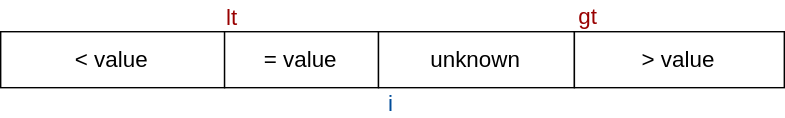
Earlier version of the draw.io export Coursera/Princeton/Algorithms-Part-1/Week 3/images/3way_algorithm.svg (rogergranada/MOOCs). Source tidied: cells renumbered, new cells last; positions are measured from the earlier drawing's top-left corner, leaving out a move shared by most shapes. Source of this version:
```xml
<mxGraphModel>
  <root>
    <mxCell id="0" />
    <mxCell id="1" parent="0" />
    <mxCell id="2" value="&amp;lt; value" style="rounded=0;whiteSpace=wrap;html=1;fontSize=16;" parent="1" vertex="1">
      <mxGeometry y="22" width="160" height="40" as="geometry" />
    </mxCell>
    <mxCell id="3" value="= value" style="rounded=0;whiteSpace=wrap;html=1;fontSize=16;" parent="1" vertex="1">
      <mxGeometry x="160" y="22" width="110" height="40" as="geometry" />
    </mxCell>
    <mxCell id="4" value="i" style="text;html=1;strokeColor=none;fillColor=none;align=center;verticalAlign=middle;whiteSpace=wrap;rounded=0;fontSize=16;fontColor=#004C99;" parent="1" vertex="1">
      <mxGeometry x="259" y="62" width="40" height="20" as="geometry" />
    </mxCell>
    <mxCell id="5" value="unknown" style="rounded=0;whiteSpace=wrap;html=1;fontSize=16;" parent="1" vertex="1">
      <mxGeometry x="270" y="22" width="140" height="40" as="geometry" />
    </mxCell>
    <mxCell id="6" value="&amp;gt; value" style="rounded=0;whiteSpace=wrap;html=1;fontSize=16;" parent="1" vertex="1">
      <mxGeometry x="410" y="22" width="150" height="40" as="geometry" />
    </mxCell>
    <mxCell id="7" value="lt" style="text;html=1;strokeColor=none;fillColor=none;align=center;verticalAlign=middle;whiteSpace=wrap;rounded=0;fontSize=16;fontColor=#990000;" parent="1" vertex="1">
      <mxGeometry x="150" y="1" width="30" height="20" as="geometry" />
    </mxCell>
    <mxCell id="8" value="gt" style="text;html=1;strokeColor=none;fillColor=none;align=center;verticalAlign=middle;whiteSpace=wrap;rounded=0;fontSize=16;fontColor=#990000;" parent="1" vertex="1">
      <mxGeometry x="405" width="30" height="20" as="geometry" />
    </mxCell>
  </root>
</mxGraphModel>
```
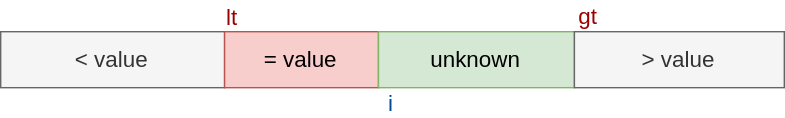
After the change.

Commit message:
3-way algorithm

What changed in the source:
```diff
@@ -2,19 +2,19 @@
   <root>
     <mxCell id="0" />
     <mxCell id="1" parent="0" />
-    <mxCell id="2" value="&amp;lt; value" style="rounded=0;whiteSpace=wrap;html=1;fontSize=16;" parent="1" vertex="1">
+    <mxCell id="2" value="&amp;lt; value" style="rounded=0;whiteSpace=wrap;html=1;fontSize=16;fillColor=#f5f5f5;strokeColor=#666666;fontColor=#333333;" parent="1" vertex="1">
       <mxGeometry y="22" width="160" height="40" as="geometry" />
     </mxCell>
-    <mxCell id="3" value="= value" style="rounded=0;whiteSpace=wrap;html=1;fontSize=16;" parent="1" vertex="1">
+    <mxCell id="3" value="= value" style="rounded=0;whiteSpace=wrap;html=1;fontSize=16;fillColor=#f8cecc;strokeColor=#b85450;" parent="1" vertex="1">
       <mxGeometry x="160" y="22" width="110" height="40" as="geometry" />
     </mxCell>
     <mxCell id="4" value="i" style="text;html=1;strokeColor=none;fillColor=none;align=center;verticalAlign=middle;whiteSpace=wrap;rounded=0;fontSize=16;fontColor=#004C99;" parent="1" vertex="1">
       <mxGeometry x="259" y="62" width="40" height="20" as="geometry" />
     </mxCell>
-    <mxCell id="5" value="unknown" style="rounded=0;whiteSpace=wrap;html=1;fontSize=16;" parent="1" vertex="1">
+    <mxCell id="5" value="unknown" style="rounded=0;whiteSpace=wrap;html=1;fontSize=16;fillColor=#d5e8d4;strokeColor=#82b366;" parent="1" vertex="1">
       <mxGeometry x="270" y="22" width="140" height="40" as="geometry" />
     </mxCell>
-    <mxCell id="6" value="&amp;gt; value" style="rounded=0;whiteSpace=wrap;html=1;fontSize=16;" parent="1" vertex="1">
+    <mxCell id="6" value="&amp;gt; value" style="rounded=0;whiteSpace=wrap;html=1;fontSize=16;fillColor=#f5f5f5;strokeColor=#666666;fontColor=#333333;" parent="1" vertex="1">
       <mxGeometry x="410" y="22" width="150" height="40" as="geometry" />
     </mxCell>
     <mxCell id="7" value="lt" style="text;html=1;strokeColor=none;fillColor=none;align=center;verticalAlign=middle;whiteSpace=wrap;rounded=0;fontSize=16;fontColor=#990000;" parent="1" vertex="1">
```
